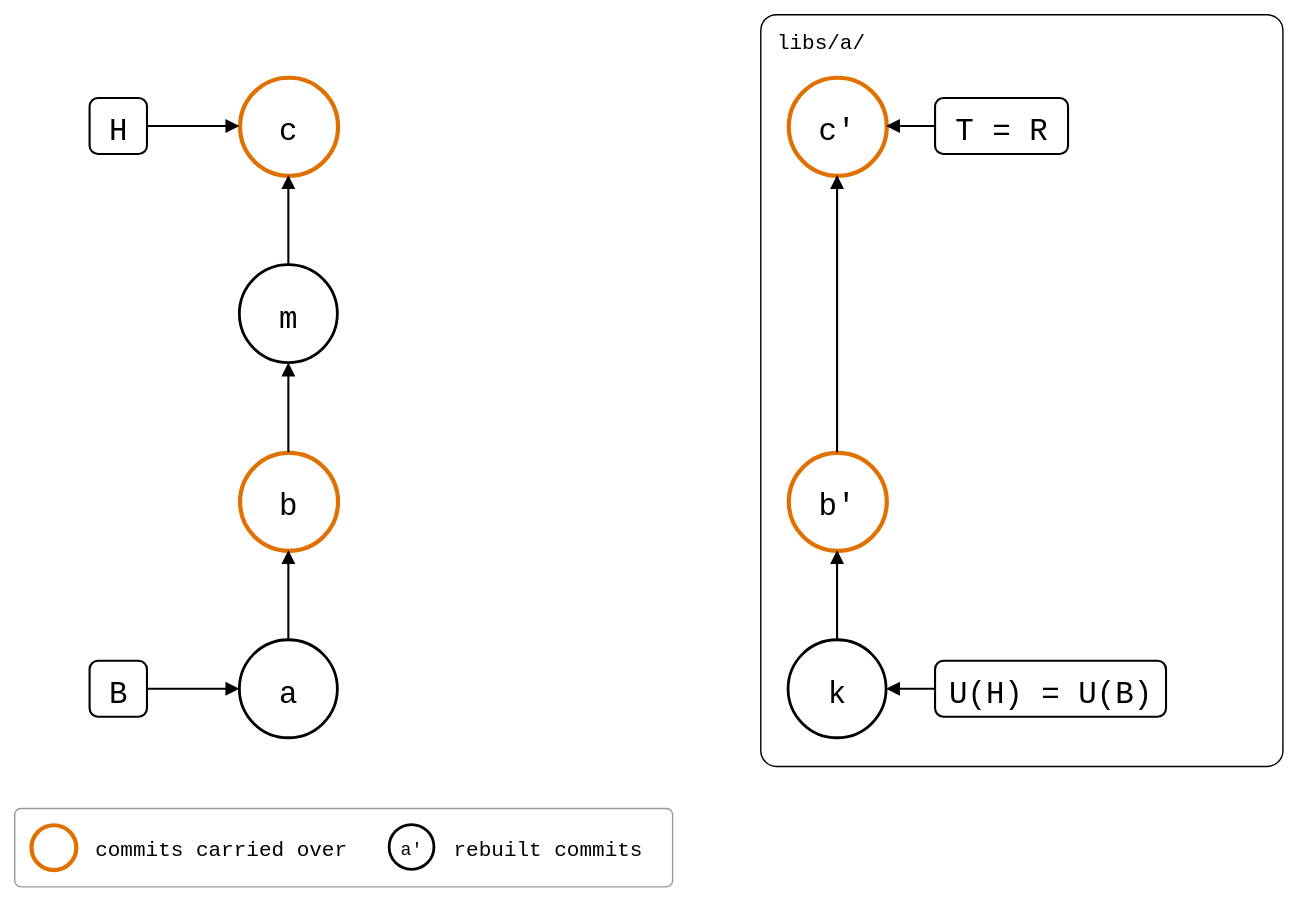
This is docs/09-scenarios/07-moved-folders/01-moved-with-unpushed-commits/pushed-after-the-move.drawio.svg from roschaefer/git-splice, a draw.io export, as it was before one commit. Source tidied: cells renumbered, new cells last; positions are measured from the earlier drawing's top-left corner, leaving out a move shared by most shapes.
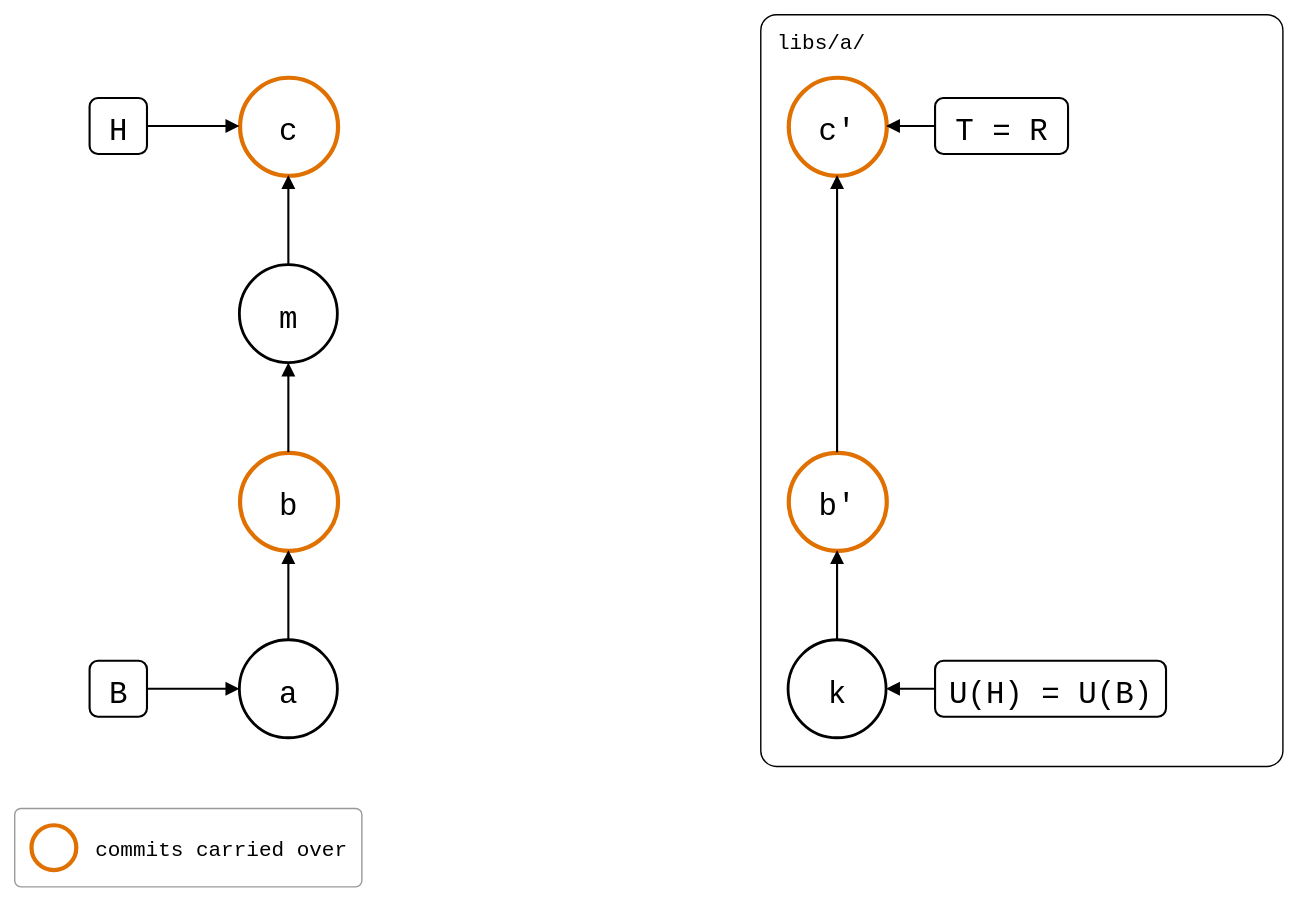
The same file after the commit.

Change to the diagram source:
```diff
@@ -66,7 +66,7 @@
       <mxGeometry relative="1" as="geometry" />
     </mxCell>
     <mxCell id="23" style="rounded=1;arcSize=8;fillColor=none;strokeColor=#999999;strokeWidth=1;legend=1;" parent="1" vertex="1">
-      <mxGeometry y="567" width="470" height="56" as="geometry" />
+      <mxGeometry y="567" width="248" height="56" as="geometry" />
     </mxCell>
     <mxCell id="24" style="ellipse;fontSize=13;fontFamily=Roboto Mono,monospace;strokeColor=#E07000;strokeWidth=3;" parent="23" vertex="1">
       <mxGeometry x="12" y="12" width="32" height="32" as="geometry" />
@@ -74,11 +74,5 @@
     <mxCell id="25" value="commits carried over" style="text;align=left;verticalAlign=middle;fontSize=15;fontFamily=Roboto Mono,monospace;" parent="23" vertex="1">
       <mxGeometry x="56" y="12" width="180" height="32" as="geometry" />
     </mxCell>
-    <mxCell id="26" value="a'" style="ellipse;fontSize=13;fontFamily=Roboto Mono,monospace;strokeWidth=2;" parent="23" vertex="1">
-      <mxGeometry x="268" y="12" width="32" height="32" as="geometry" />
-    </mxCell>
-    <mxCell id="27" value="rebuilt commits" style="text;align=left;verticalAlign=middle;fontSize=15;fontFamily=Roboto Mono,monospace;" parent="23" vertex="1">
-      <mxGeometry x="312" y="12" width="135" height="32" as="geometry" />
-    </mxCell>
   </root>
 </mxGraphModel>
```
